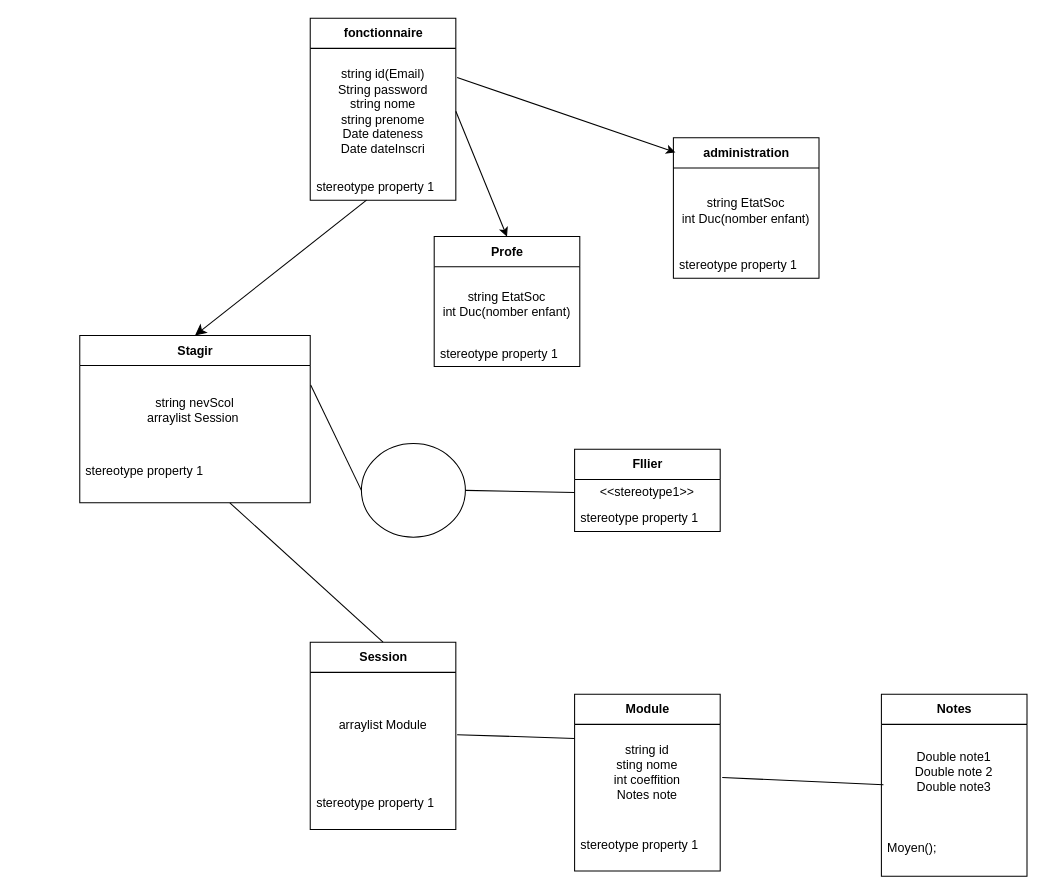
Before: Untitled Diagram.drawio in AnasElii/Ayman01, a draw.io diagram. Source tidied: cells renumbered, new cells numbered last; positions are measured from the earlier drawing's top-left corner, leaving out a move shared by most shapes. Both pictures are drawn from the tidied source at 104%, with x=0, y=0 at pixel (79, 18).
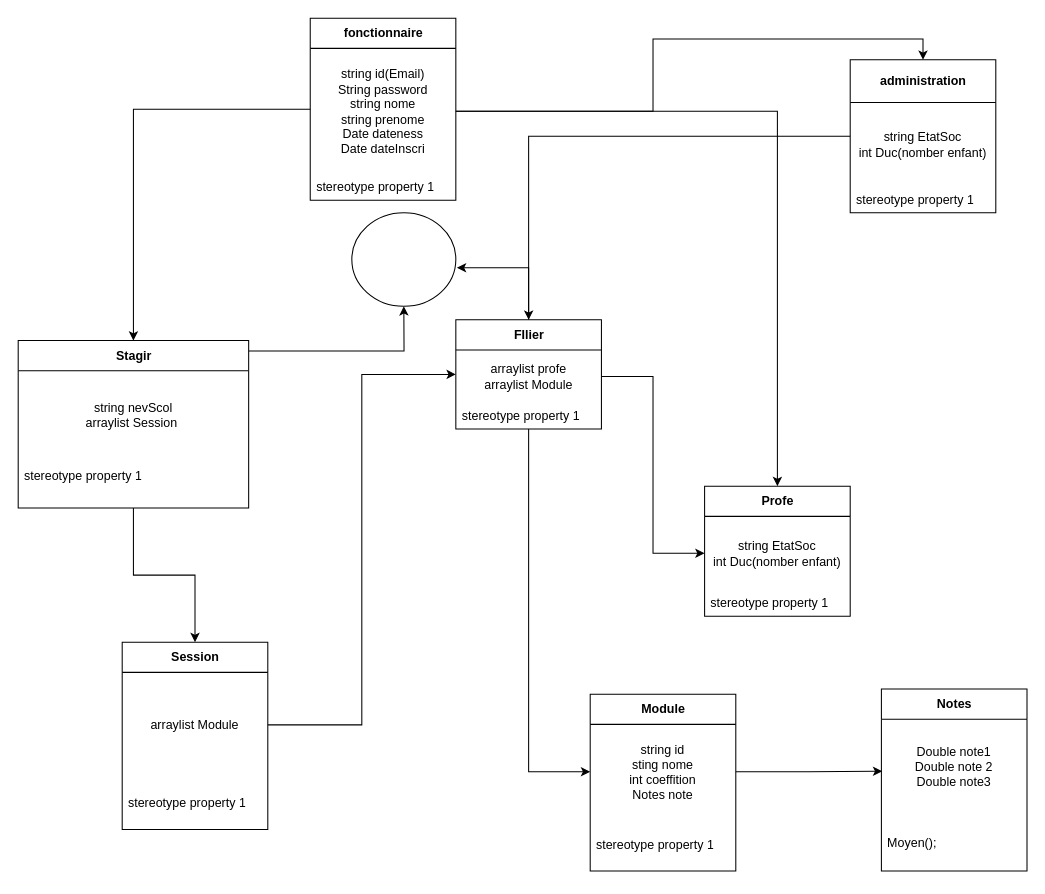
Above is the later version.

Commit message:
Azziza_Ptoject

The change refers to these unchanged cells:
```xml
<mxCell id="3" value="&lt;br&gt;string nevScol&lt;br&gt;arraylist Session&amp;nbsp;" style="text;html=1;strokeColor=none;fillColor=none;align=center;verticalAlign=middle;spacingLeft=4;spacingRight=4;overflow=hidden;points=[[0,0.5],[1,0.5]];portConstraint=eastwest;" parent="2" vertex="1">
  <mxGeometry y="29" width="221.6" height="71" as="geometry" />
</mxCell>
<mxCell id="4" value="stereotype property 1" style="text;html=1;strokeColor=none;fillColor=none;align=left;verticalAlign=middle;spacingLeft=4;spacingRight=4;overflow=hidden;points=[[0,0.5],[1,0.5]];portConstraint=eastwest;" parent="2" vertex="1">
  <mxGeometry y="100" width="221.6" height="61" as="geometry" />
</mxCell>
<mxCell id="9" value="string id&lt;br&gt;sting nome&lt;br&gt;int coeffition&lt;br&gt;Notes note" style="text;html=1;strokeColor=none;fillColor=none;align=center;verticalAlign=middle;spacingLeft=4;spacingRight=4;overflow=hidden;points=[[0,0.5],[1,0.5]];portConstraint=eastwest;" parent="8" vertex="1">
  <mxGeometry y="29" width="140" height="91" as="geometry" />
</mxCell>
<mxCell id="12" value="arraylist Module" style="text;html=1;strokeColor=none;fillColor=none;align=center;verticalAlign=middle;spacingLeft=4;spacingRight=4;overflow=hidden;points=[[0,0.5],[1,0.5]];portConstraint=eastwest;" parent="11" vertex="1">
  <mxGeometry y="29" width="140" height="101" as="geometry" />
</mxCell>
<mxCell id="21" value="Double note1&lt;br&gt;Double note 2&lt;br&gt;Double note3&lt;br&gt;" style="text;html=1;strokeColor=none;fillColor=none;align=center;verticalAlign=middle;spacingLeft=4;spacingRight=4;overflow=hidden;points=[[0,0.5],[1,0.5]];portConstraint=eastwest;" parent="20" vertex="1">
  <mxGeometry y="29" width="140" height="91" as="geometry" />
</mxCell>
<mxCell id="24" value="string EtatSoc&lt;br&gt;int Duc(nomber enfant)" style="text;html=1;strokeColor=none;fillColor=none;align=center;verticalAlign=middle;spacingLeft=4;spacingRight=4;overflow=hidden;points=[[0,0.5],[1,0.5]];portConstraint=eastwest;" parent="23" vertex="1">
  <mxGeometry y="29" width="140" height="71" as="geometry" />
</mxCell>
<mxCell id="26" value="fonctionnaire" style="swimlane;fontStyle=1;align=center;verticalAlign=middle;horizontal=1;startSize=29;html=1;" parent="1" vertex="1">
  <mxGeometry x="221.8" width="140" height="175" as="geometry" />
</mxCell>
<mxCell id="27" value="string id(Email)&lt;br&gt;String password&lt;br&gt;string nome&lt;br&gt;string prenome&lt;br&gt;Date dateness&lt;br&gt;Date dateInscri" style="text;html=1;strokeColor=none;fillColor=none;align=center;verticalAlign=middle;spacingLeft=4;spacingRight=4;overflow=hidden;points=[[0,0.5],[1,0.5]];portConstraint=eastwest;" parent="26" vertex="1">
  <mxGeometry y="29" width="140" height="121" as="geometry" />
</mxCell>
<mxCell id="28" value="stereotype property 1" style="text;html=1;strokeColor=none;fillColor=none;align=left;verticalAlign=middle;spacingLeft=4;spacingRight=4;overflow=hidden;points=[[0,0.5],[1,0.5]];portConstraint=eastwest;" parent="26" vertex="1">
  <mxGeometry y="150" width="140" height="25" as="geometry" />
</mxCell>
```

The edit, as a diff of the source:
```diff
@@
+    <mxCell id="35" style="edgeStyle=orthogonalEdgeStyle;rounded=0;jettySize=auto;html=1;entryX=0.5;entryY=0;entryDx=0;entryDy=0;endArrow=classic;endFill=1;" parent="1" edge="1" source="2" target="11">
+      <mxGeometry relative="1" as="geometry" />
+    </mxCell>
+    <mxCell id="36" style="edgeStyle=orthogonalEdgeStyle;rounded=0;jettySize=auto;html=1;endArrow=classic;endFill=1;" parent="1" edge="1" source="2" target="17">
+      <mxGeometry relative="1" as="geometry">
+        <Array as="points">
+          <mxPoint x="312" y="320" />
+        </Array>
+      </mxGeometry>
+    </mxCell>
     <mxCell id="2" value="Stagir" style="swimlane;fontStyle=1;align=center;verticalAlign=middle;horizontal=1;startSize=29;html=1;" parent="1" vertex="1">
-      <mxGeometry x="0.2" y="305" width="221.6" height="161" as="geometry" />
+      <mxGeometry x="-59" y="310" width="221.6" height="161" as="geometry" />
     </mxCell>
@@
+    <mxCell id="37" style="edgeStyle=orthogonalEdgeStyle;rounded=0;jettySize=auto;html=1;entryX=0;entryY=0.5;entryDx=0;entryDy=0;endArrow=classic;endFill=1;" parent="1" edge="1" source="5" target="9">
+      <mxGeometry relative="1" as="geometry" />
+    </mxCell>
+    <mxCell id="38" style="edgeStyle=orthogonalEdgeStyle;rounded=0;jettySize=auto;html=1;entryX=1.01;entryY=0.589;entryDx=0;entryDy=0;entryPerimeter=0;endArrow=classic;endFill=1;" parent="1" edge="1" source="5" target="17">
+      <mxGeometry relative="1" as="geometry" />
+    </mxCell>
     <mxCell id="5" value="FIlier" style="swimlane;fontStyle=1;align=center;verticalAlign=middle;horizontal=1;startSize=29;html=1;" parent="1" vertex="1">
-      <mxGeometry x="476" y="414.5" width="140" height="79" as="geometry" />
+      <mxGeometry x="361.8" y="290" width="140" height="105" as="geometry" />
     </mxCell>
-    <mxCell id="6" value="&amp;lt;&amp;lt;stereotype1&amp;gt;&amp;gt;" style="text;html=1;strokeColor=none;fillColor=none;align=center;verticalAlign=middle;spacingLeft=4;spacingRight=4;overflow=hidden;points=[[0,0.5],[1,0.5]];portConstraint=eastwest;" parent="5" vertex="1">
-      <mxGeometry y="29" width="140" height="25" as="geometry" />
+    <mxCell id="6" value="arraylist profe&lt;br&gt;arraylist Module" style="text;html=1;strokeColor=none;fillColor=none;align=center;verticalAlign=middle;spacingLeft=4;spacingRight=4;overflow=hidden;points=[[0,0.5],[1,0.5]];portConstraint=eastwest;" parent="5" vertex="1">
+      <mxGeometry y="29" width="140" height="51" as="geometry" />
     </mxCell>
     <mxCell id="7" value="stereotype property 1" style="text;html=1;strokeColor=none;fillColor=none;align=left;verticalAlign=middle;spacingLeft=4;spacingRight=4;overflow=hidden;" parent="5" vertex="1">
-      <mxGeometry y="54" width="140" height="25" as="geometry" />
+      <mxGeometry y="80" width="140" height="25" as="geometry" />
     </mxCell>
     <mxCell id="8" value="Module" style="swimlane;fontStyle=1;align=center;verticalAlign=middle;horizontal=1;startSize=29;html=1;" parent="1" vertex="1">
-      <mxGeometry x="476" y="650" width="140" height="170" as="geometry" />
+      <mxGeometry x="491" y="650" width="140" height="170" as="geometry" />
     </mxCell>
@@
     <mxCell id="11" value="Session" style="swimlane;fontStyle=1;align=center;verticalAlign=middle;horizontal=1;startSize=29;html=1;" parent="1" vertex="1">
-      <mxGeometry x="221.8" y="600" width="140" height="180" as="geometry" />
+      <mxGeometry x="41" y="600" width="140" height="180" as="geometry" />
     </mxCell>
@@
-    <mxCell id="14" style="endArrow=none;startArrow=none;endFill=0;startFill=0;endSize=8;html=1;labelBackgroundColor=none;exitX=1.009;exitY=0.594;exitDx=0;exitDy=0;exitPerimeter=0;entryX=0;entryY=0.25;entryDx=0;entryDy=0;" parent="1" edge="1" source="12" target="8">
-      <mxGeometry relative="1" as="geometry" />
-    </mxCell>
-    <mxCell id="15" style="endArrow=none;startArrow=none;endFill=0;startFill=0;endSize=8;html=1;labelBackgroundColor=none;exitX=0.5;exitY=0;exitDx=0;exitDy=0;" parent="1" edge="1" source="11" target="4">
-      <mxGeometry relative="1" as="geometry" />
-    </mxCell>
-    <mxCell id="16" style="endArrow=none;startArrow=none;endFill=0;startFill=0;endSize=8;html=1;labelBackgroundColor=none;entryX=1.014;entryY=0.562;entryDx=0;entryDy=0;entryPerimeter=0;" parent="1" edge="1" target="9">
-      <mxGeometry relative="1" as="geometry">
-        <mxPoint x="773" y="737" as="sourcePoint" />
-      </mxGeometry>
-    </mxCell>
     <mxCell id="17" style="ellipse;whiteSpace=wrap;html=1;align=center;rotation=0;" parent="1" vertex="1">
-      <mxGeometry x="271" y="409" width="100" height="90" as="geometry" />
+      <mxGeometry x="261.8" y="187" width="100" height="90" as="geometry" />
     </mxCell>
-    <mxCell id="18" style="endArrow=none;html=1;exitX=1.002;exitY=0.262;exitDx=0;exitDy=0;exitPerimeter=0;entryX=0;entryY=0.5;entryDx=0;entryDy=0;endFill=0;" parent="1" edge="1" source="3" target="17">
-      <mxGeometry relative="1" as="geometry" />
-    </mxCell>
-    <mxCell id="19" style="endArrow=none;html=1;entryX=0;entryY=0.5;entryDx=0;entryDy=0;exitX=1;exitY=0.5;exitDx=0;exitDy=0;" parent="1" edge="1" source="17" target="6">
-      <mxGeometry relative="1" as="geometry" />
-    </mxCell>
     <mxCell id="20" value="Notes" style="swimlane;fontStyle=1;align=center;verticalAlign=middle;horizontal=1;startSize=29;html=1;" parent="1" vertex="1">
-      <mxGeometry x="771" y="650" width="140" height="175" as="geometry" />
+      <mxGeometry x="771" y="645" width="140" height="175" as="geometry" />
     </mxCell>
@@
     <mxCell id="23" value="Profe" style="swimlane;fontStyle=1;align=center;verticalAlign=middle;horizontal=1;startSize=29;html=1;" parent="1" vertex="1">
-      <mxGeometry x="341" y="210" width="140" height="125" as="geometry" />
+      <mxGeometry x="601" y="450" width="140" height="125" as="geometry" />
     </mxCell>
@@
+    <mxCell id="39" style="edgeStyle=orthogonalEdgeStyle;rounded=0;jettySize=auto;html=1;endArrow=classic;endFill=1;" parent="1" edge="1" source="26" target="2">
+      <mxGeometry relative="1" as="geometry" />
+    </mxCell>
@@
-    <mxCell id="29" style="endArrow=classic;startArrow=none;endFill=1;startFill=0;endSize=8;html=1;labelBackgroundColor=none;entryX=0.5;entryY=0;entryDx=0;entryDy=0;" parent="1" edge="1" source="28" target="2">
-      <mxGeometry relative="1" as="geometry" />
-    </mxCell>
-    <mxCell id="30" style="endArrow=classic;html=1;exitX=1;exitY=0.5;exitDx=0;exitDy=0;entryX=0.5;entryY=0;entryDx=0;entryDy=0;" parent="1" edge="1" source="27" target="23">
-      <mxGeometry relative="1" as="geometry" />
-    </mxCell>
+    <mxCell id="40" style="edgeStyle=orthogonalEdgeStyle;rounded=0;jettySize=auto;html=1;endArrow=classic;endFill=1;" parent="1" edge="1" source="31" target="5">
+      <mxGeometry relative="1" as="geometry" />
+    </mxCell>
-    <mxCell id="31" value="administration" style="swimlane;fontStyle=1;align=center;verticalAlign=middle;horizontal=1;startSize=29;html=1;" parent="1" vertex="1">
-      <mxGeometry x="571" y="115" width="140" height="135" as="geometry" />
+    <mxCell id="31" value="administration" style="swimlane;fontStyle=1;align=center;verticalAlign=middle;horizontal=1;startSize=41;html=1;" parent="1" vertex="1">
+      <mxGeometry x="741" y="40" width="140" height="147" as="geometry" />
     </mxCell>
     <mxCell id="32" value="string EtatSoc&lt;br&gt;int Duc(nomber enfant)" style="text;html=1;strokeColor=none;fillColor=none;align=center;verticalAlign=middle;spacingLeft=4;spacingRight=4;overflow=hidden;" parent="31" vertex="1">
-      <mxGeometry y="29" width="140" height="81" as="geometry" />
+      <mxGeometry y="41" width="140" height="81" as="geometry" />
     </mxCell>
     <mxCell id="33" value="stereotype property 1" style="text;html=1;strokeColor=none;fillColor=none;align=left;verticalAlign=middle;spacingLeft=4;spacingRight=4;overflow=hidden;" parent="31" vertex="1">
-      <mxGeometry y="110" width="140" height="25" as="geometry" />
+      <mxGeometry y="122" width="140" height="25" as="geometry" />
     </mxCell>
+    <mxCell id="30" style="edgeStyle=orthogonalEdgeStyle;rounded=0;jettySize=auto;html=1;endArrow=classic;endFill=1;" parent="1" edge="1" source="27" target="23">
+      <mxGeometry relative="1" as="geometry" />
+    </mxCell>
-    <mxCell id="34" style="endArrow=classic;html=1;exitX=1.009;exitY=0.231;exitDx=0;exitDy=0;exitPerimeter=0;entryX=0.014;entryY=0.104;entryDx=0;entryDy=0;entryPerimeter=0;" parent="1" edge="1" source="27" target="31">
+    <mxCell id="34" style="edgeStyle=orthogonalEdgeStyle;rounded=0;jettySize=auto;html=1;entryX=0.5;entryY=0;entryDx=0;entryDy=0;endArrow=classic;endFill=1;" parent="1" edge="1" source="27" target="31">
       <mxGeometry relative="1" as="geometry" />
     </mxCell>
+    <mxCell id="41" style="edgeStyle=orthogonalEdgeStyle;rounded=0;jettySize=auto;html=1;endArrow=classic;endFill=1;" parent="1" edge="1" source="6" target="24">
+      <mxGeometry relative="1" as="geometry" />
+    </mxCell>
+    <mxCell id="42" style="edgeStyle=orthogonalEdgeStyle;rounded=0;jettySize=auto;html=1;entryX=0.006;entryY=0.55;entryDx=0;entryDy=0;endArrow=classic;endFill=1;entryPerimeter=0;" parent="1" edge="1" source="9" target="21">
+      <mxGeometry relative="1" as="geometry" />
+    </mxCell>
+    <mxCell id="43" style="edgeStyle=orthogonalEdgeStyle;rounded=0;jettySize=auto;html=1;entryX=0;entryY=0.5;entryDx=0;entryDy=0;endArrow=classic;endFill=1;" parent="1" edge="1" source="12" target="5">
+      <mxGeometry relative="1" as="geometry" />
+    </mxCell>
```
